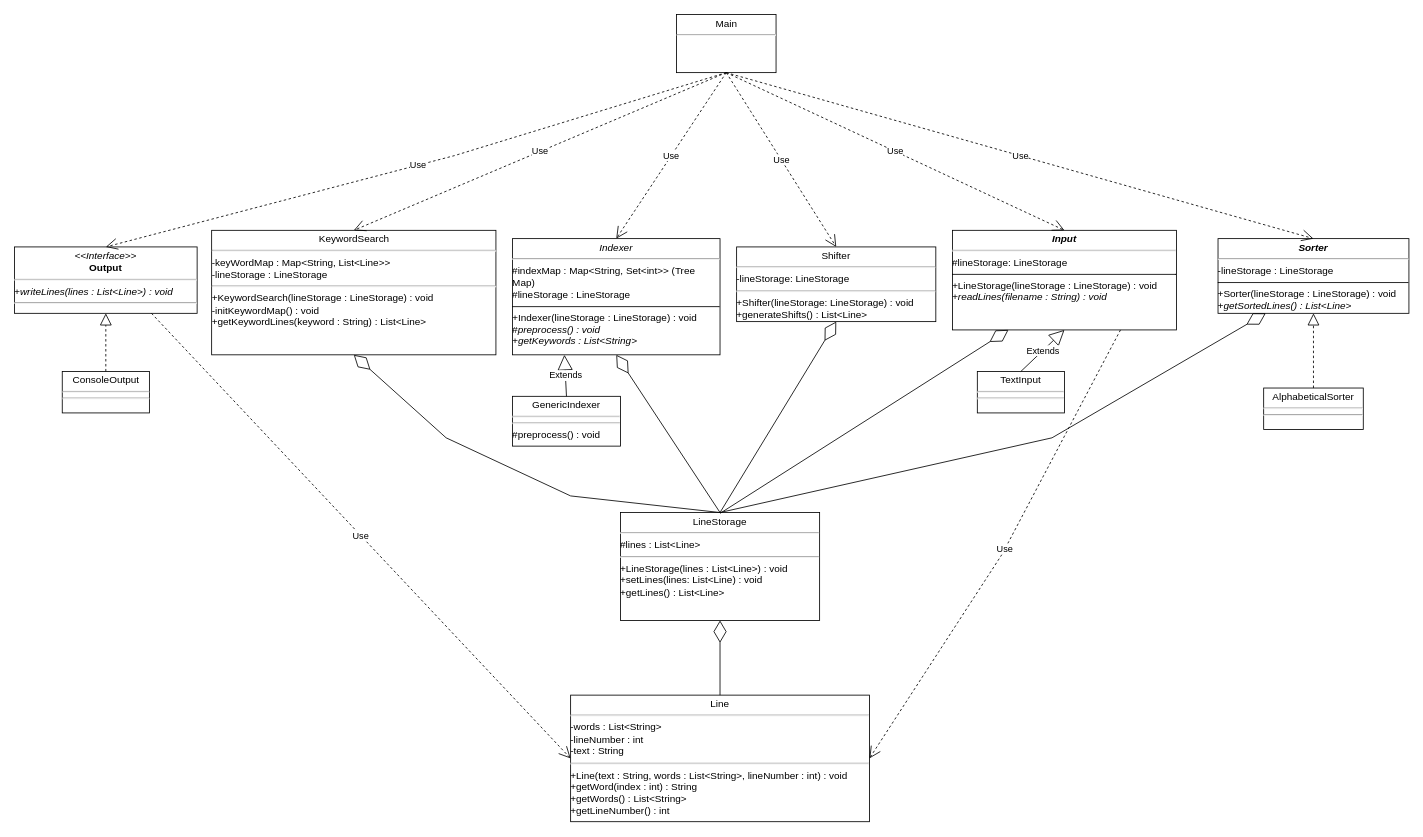
Earlier version of the draw.io diagram Homework/Homework 1/SE 311 Homework 1 UML.drawio (dragon5201111/Drexel-University-SE-311-Software-Architecture-II). Source tidied: cells renumbered, new cells numbered last; positions are measured from the earlier drawing's top-left corner, leaving out a move shared by most shapes. Both pictures are drawn from the tidied source at 83%, with x=0, y=0 at pixel (14, 14).
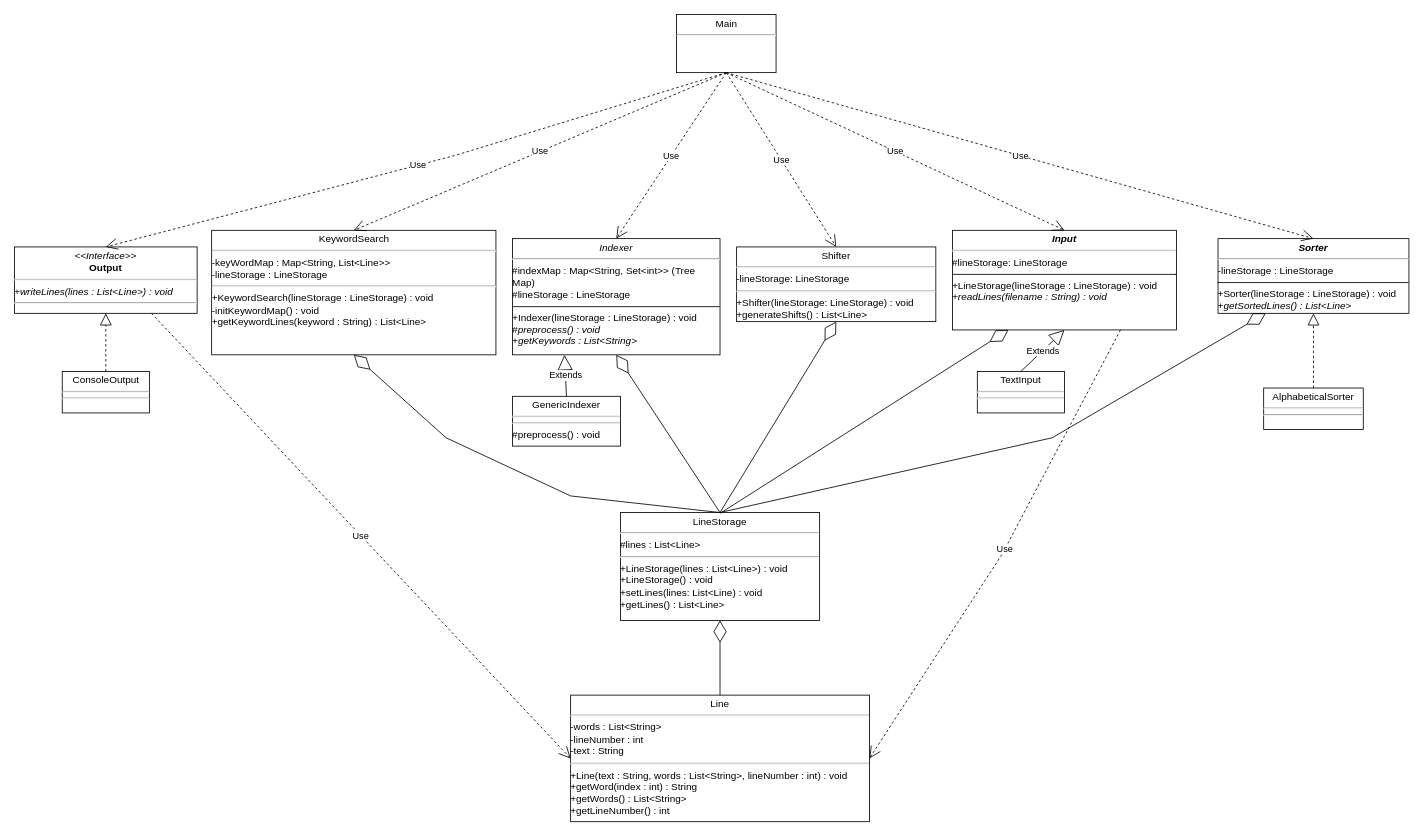
Above is the later version.

Change to the diagram source:
```diff
@@
-    <mxCell id="11" value="&lt;p style=&quot;margin:0px;margin-top:4px;text-align:center;&quot;&gt;LineStorage&lt;/p&gt;&lt;hr&gt;#lines : List&amp;lt;Line&amp;gt;&lt;br&gt;&lt;hr&gt;+LineStorage(lines : List&amp;lt;Line&amp;gt;) : void&lt;div&gt;+setLines(lines: List&amp;lt;Line) : void&lt;br&gt;&lt;div&gt;+getLines() : List&amp;lt;Line&amp;gt;&lt;/div&gt;&lt;/div&gt;" style="verticalAlign=top;align=left;overflow=fill;html=1;whiteSpace=wrap;" parent="1" vertex="1">
+    <mxCell id="11" value="&lt;p style=&quot;margin:0px;margin-top:4px;text-align:center;&quot;&gt;LineStorage&lt;/p&gt;&lt;hr&gt;#lines : List&amp;lt;Line&amp;gt;&lt;br&gt;&lt;hr&gt;+LineStorage(lines : List&amp;lt;Line&amp;gt;) : void&lt;div&gt;+LineStorage() : void&lt;br&gt;&lt;div&gt;+setLines(lines: List&amp;lt;Line) : void&lt;br&gt;&lt;div&gt;+getLines() : List&amp;lt;Line&amp;gt;&lt;/div&gt;&lt;/div&gt;&lt;/div&gt;" style="verticalAlign=top;align=left;overflow=fill;html=1;whiteSpace=wrap;" parent="1" vertex="1">
       <mxGeometry x="730" y="600" width="240" height="130" as="geometry" />
     </mxCell>
```
